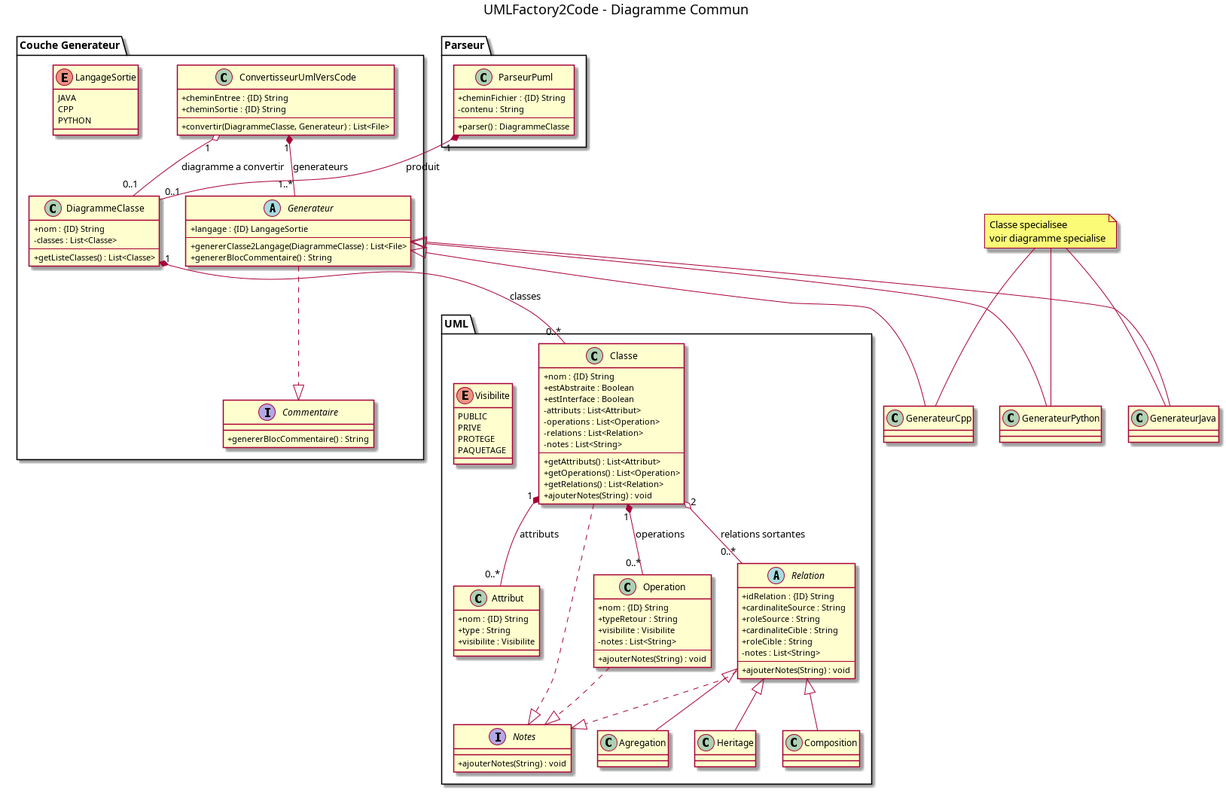
The PlantUML diagram doc/fichier_png/diagramme_commun.png in RasdaCorentin/PlantUML2Code, before a commit. Its source is kept beside it as doc/fichier_puml/diagramme_commun.puml.
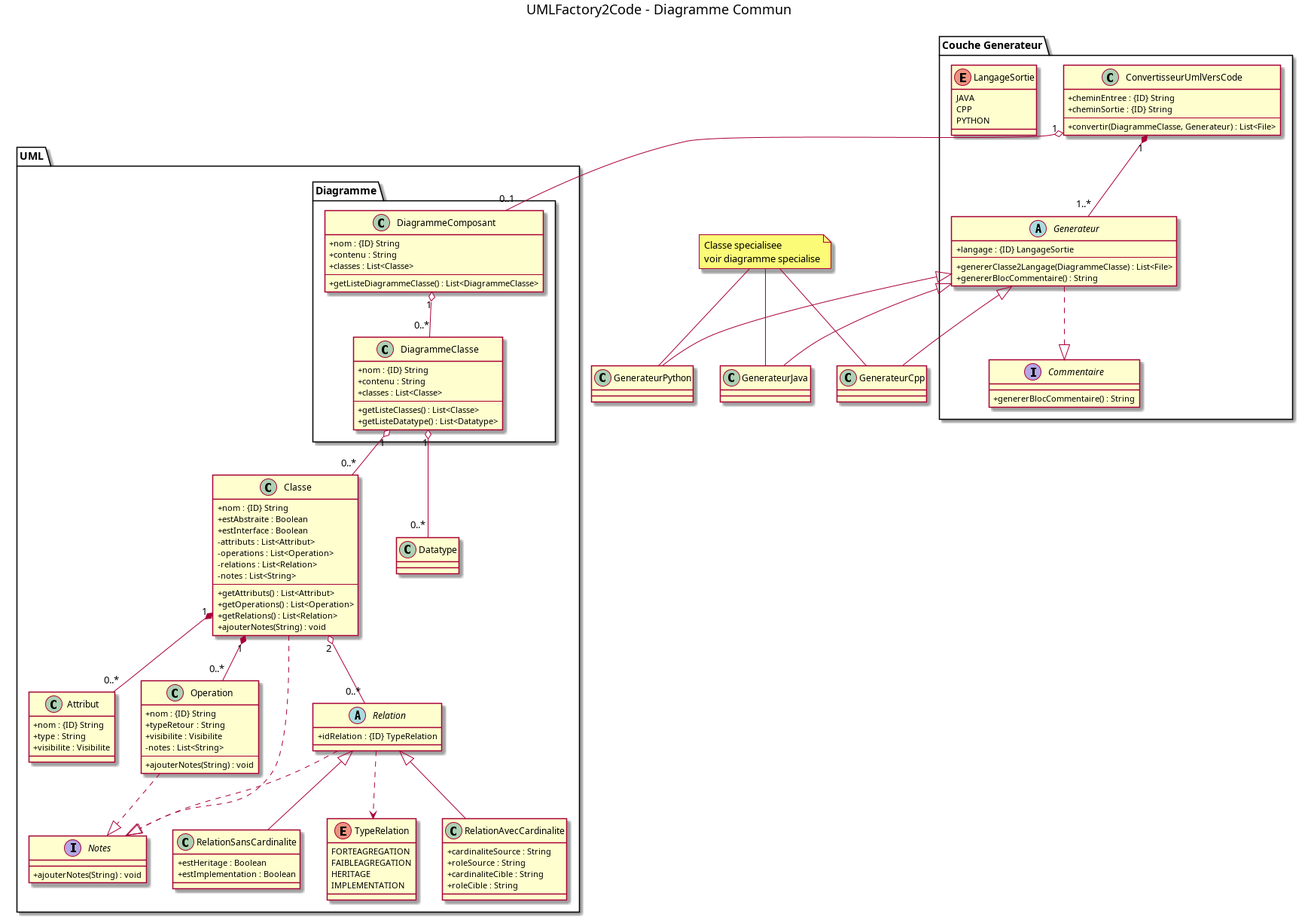
The same file after the commit.

Commit message:
Mise à jour des diagrammes + extension en format PNG

What changed in the source:
```diff
@@ -29,19 +29,28 @@
   }
 
   Generateur ..|> Commentaire
-  ConvertisseurUmlVersCode "1" o-- "0..1" DiagrammeClasse : "diagramme a convertir"
-  ConvertisseurUmlVersCode "1" *-- "1..*" Generateur : "generateurs"
+  ConvertisseurUmlVersCode "1" *-- "1..*" Generateur
 }
 
 package "UML" {
 
+package "Diagramme"{
+  class DiagrammeComposant{
+    +nom : {ID} String
+    +contenu : String
+    +classes : List<Classe>
+    ---
+    +getListeDiagrammeClasse() : List<DiagrammeClasse>
+  }
   class DiagrammeClasse {
     +nom : {ID} String
-    -classes : List<Classe>
+    +contenu : String
+    +classes : List<Classe>
     ---
     +getListeClasses() : List<Classe>
+    +getListeDatatype() : List<Datatype>
   }
-
+}
   class "Classe" as UMLClasse {
     +nom : {ID} String
     +estAbstraite : Boolean
@@ -73,66 +82,52 @@
   }
 
   abstract class Relation {
-    +idRelation : {ID} String
+    +idRelation : {ID} TypeRelation
+  }
+
+  class RelationAvecCardinalite {
     +cardinaliteSource : String
     +roleSource : String
     +cardinaliteCible : String
     +roleCible : String
-    -notes : List<String>
-    ---
-    +ajouterNotes(String) : void
+  }
+  class RelationSansCardinalite {
+    +estHeritage : Boolean
+    +estImplementation : Boolean
   }
 
-  class Composition {
-  }
-
-  class Agregation {
-  }
-
-  class Heritage {
-  }
-
-  enum Visibilite {
-    PUBLIC
-    PRIVE
-    PROTEGE
-    PAQUETAGE
-  }
-
+  class Datatype{}
+  DiagrammeClasse "1" o-- "0..*" Datatype
+  DiagrammeComposant "1" o-- "0..*" DiagrammeClasse
   interface Notes {
     +ajouterNotes(String) : void
   }
-
-  Relation <|-- Composition
-  Relation <|-- Agregation
-  Relation <|-- Heritage
+  enum TypeRelation {
+   FORTEAGREGATION
+   FAIBLEAGREGATION
+   HERITAGE
+   IMPLEMENTATION
+  }
+  Relation ..> TypeRelation
+  Relation <|-- RelationSansCardinalite
+  Relation <|-- RelationAvecCardinalite
 
   UMLClasse ..|> Notes
   Operation ..|> Notes
   Relation ..|> Notes
 
-  DiagrammeClasse "1" *-- "0..*" UMLClasse : "classes"
-  UMLClasse "1" *-- "0..*" Attribut : "attributs"
-  UMLClasse "1" *-- "0..*" Operation : "operations"
+  DiagrammeClasse "1" o-- "0..*" UMLClasse
+  UMLClasse "1" *-- "0..*" Attribut
+  UMLClasse "1" *-- "0..*" Operation
 
-  UMLClasse "2" o-- "0..*" Relation : "relations sortantes"
+  UMLClasse "2" o-- "0..*" Relation
 }
 
-package "Parseur" {
-
-  class ParseurPuml {
-    +cheminFichier : {ID} String
-    -contenu : String
-    ---
-    +parser() : DiagrammeClasse
-  }
-
-  ParseurPuml "1" *-- "0..1" DiagrammeClasse : "produit"
-}
 
 Generateur <|-- GenerateurJava
 Generateur <|-- GenerateurCpp
 Generateur <|-- GenerateurPython
+ConvertisseurUmlVersCode "1" o-- "0..1" DiagrammeComposant
 
 note "Classe specialisee\nvoir diagramme specialise" as N1
 N1 -- GenerateurJava
```
